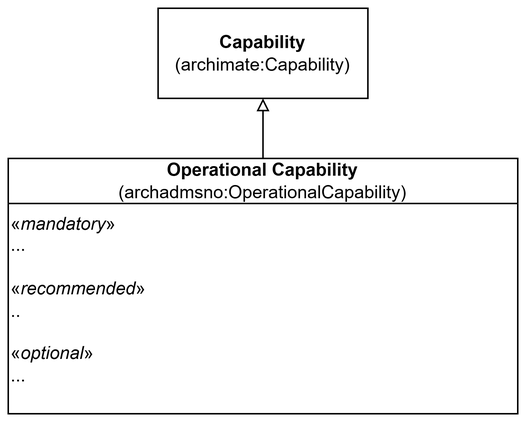
This is archadms-ap-no/docs/images/KlassenOperationalCapability.png from jimjyang/playground, a draw.io export, as it was before one commit. Source tidied: cells renumbered, new cells last; positions are measured from the earlier drawing's top-left corner, leaving out a move shared by most shapes.
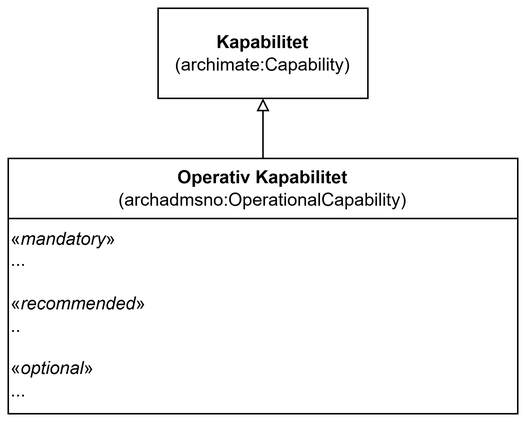
The same file after the commit.

Diff of the diagram source:
```diff
@@ -2,16 +2,16 @@
   <root>
     <mxCell id="0" />
     <mxCell id="1" parent="0" />
-    <mxCell id="2" value="Operational Capability&lt;br&gt;&lt;div&gt;&lt;span style=&quot;font-weight: normal;&quot;&gt;(archadmsno:OperationalCapability)&lt;/span&gt;&lt;/div&gt;" style="swimlane;whiteSpace=wrap;html=1;startSize=30;" parent="1" vertex="1">
+    <mxCell id="2" value="&lt;div&gt;Operativ Kapabilitet&lt;/div&gt;&lt;div&gt;&lt;span style=&quot;font-weight: normal;&quot;&gt;(archadmsno:OperationalCapability)&lt;/span&gt;&lt;/div&gt;" style="swimlane;whiteSpace=wrap;html=1;startSize=40;" parent="1" vertex="1">
       <mxGeometry y="100" width="340" height="170" as="geometry" />
     </mxCell>
     <mxCell id="3" value="&lt;div&gt;«&lt;i&gt;mandatory&lt;/i&gt;»&lt;/div&gt;&lt;div&gt;...&lt;/div&gt;&lt;div&gt;&lt;br&gt;&lt;/div&gt;&lt;div&gt;«&lt;i&gt;recommended&lt;/i&gt;»&lt;/div&gt;&lt;div&gt;&lt;span style=&quot;background-color: transparent; color: light-dark(rgb(0, 0, 0), rgb(255, 255, 255));&quot;&gt;..&lt;/span&gt;&lt;/div&gt;&lt;div&gt;&lt;br&gt;&lt;/div&gt;&lt;div&gt;«&lt;i&gt;optional&lt;/i&gt;»&lt;/div&gt;&lt;div&gt;&lt;span style=&quot;background-color: transparent; color: light-dark(rgb(0, 0, 0), rgb(255, 255, 255));&quot;&gt;...&lt;/span&gt;&lt;/div&gt;" style="text;html=1;whiteSpace=wrap;strokeColor=none;fillColor=none;align=left;verticalAlign=top;rounded=0;" parent="2" vertex="1">
-      <mxGeometry y="30" width="320" height="140" as="geometry" />
+      <mxGeometry y="40" width="320" height="130" as="geometry" />
     </mxCell>
     <mxCell id="4" style="endArrow=block;html=1;rounded=0;entryX=0.5;entryY=1;entryDx=0;entryDy=0;exitX=0.5;exitY=0;exitDx=0;exitDy=0;endFill=0;" parent="1" edge="1" source="2" target="5">
       <mxGeometry relative="1" as="geometry" />
     </mxCell>
-    <mxCell id="5" value="&lt;b&gt;Capability&lt;/b&gt;&lt;div&gt;(archimate:Capability)&lt;/div&gt;" style="rounded=0;whiteSpace=wrap;html=1;" parent="1" vertex="1">
+    <mxCell id="5" value="&lt;b&gt;Kapabilitet&lt;/b&gt;&lt;div&gt;(archimate:Capability)&lt;/div&gt;" style="rounded=0;whiteSpace=wrap;html=1;" parent="1" vertex="1">
       <mxGeometry x="100" width="140" height="60" as="geometry" />
     </mxCell>
   </root>
```
